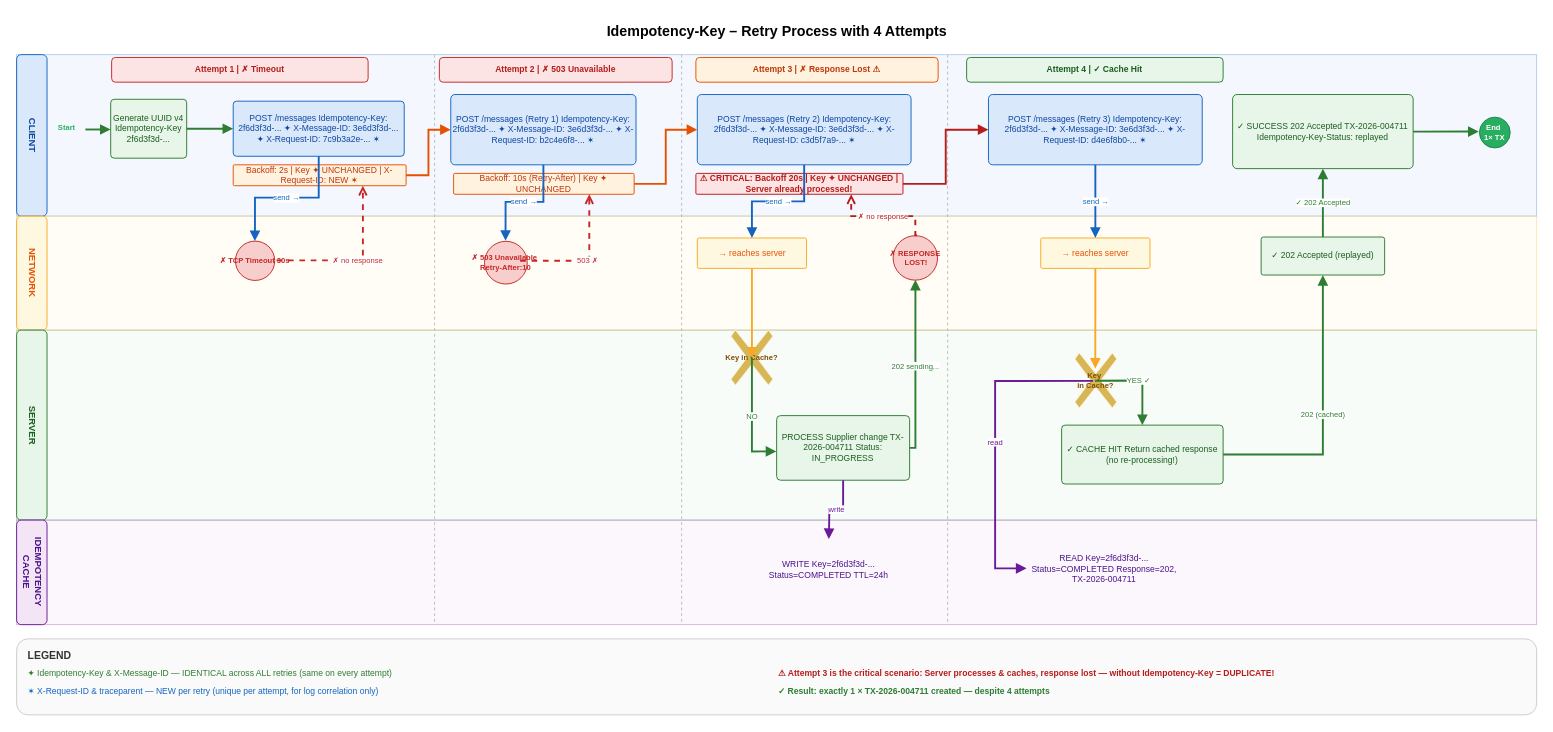
Earlier version of the draw.io diagram page "Retry Process" (1 of 2) of docs/usage/Idempotency_Key_Process_Flow.drawio (edgar-jung-test/gpke). Source tidied: cells renumbered, new cells numbered last; positions are measured from the earlier drawing's top-left corner, leaving out a move shared by most shapes. Both pictures are drawn from the tidied source at 95%, with x=0, y=0 at pixel (16, 16).
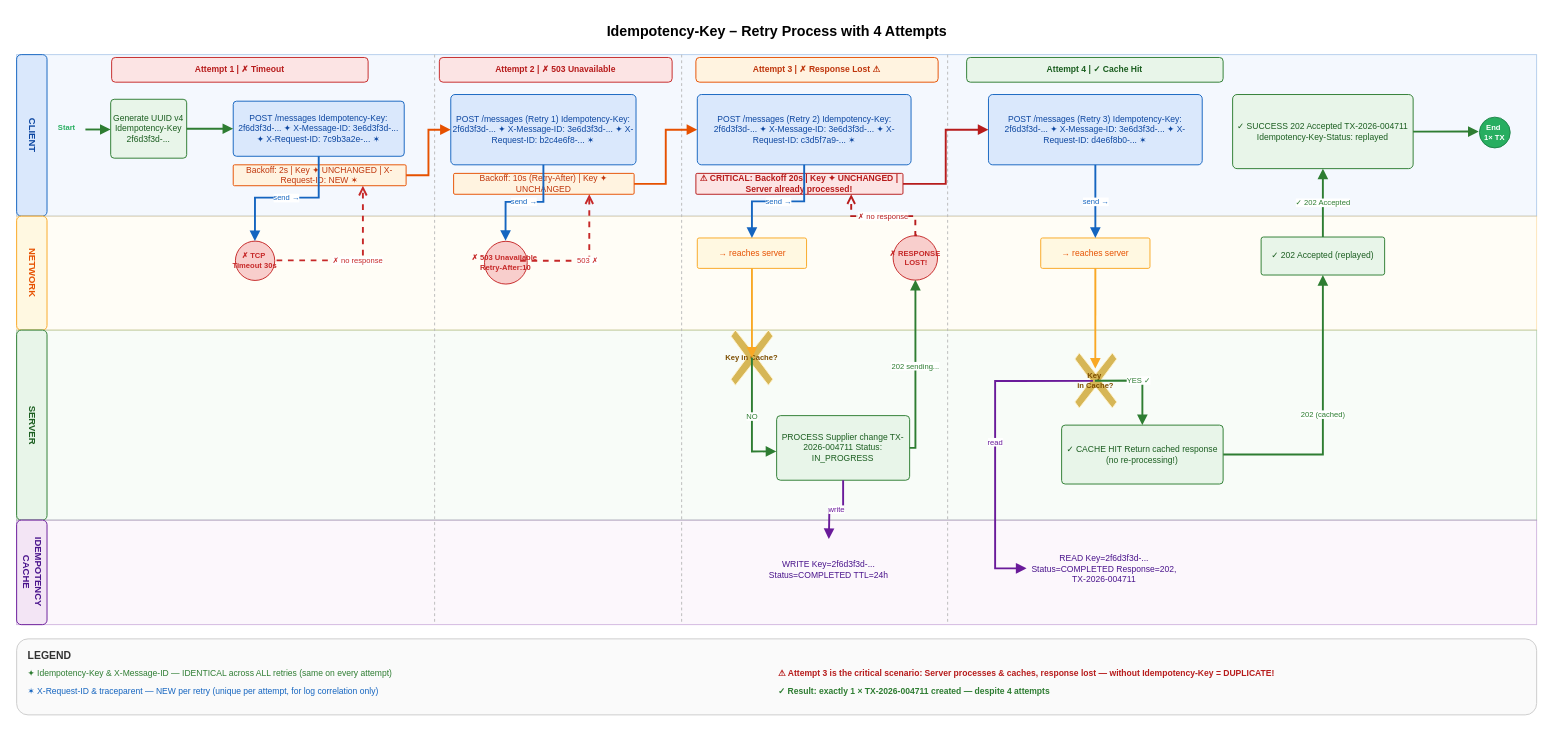
After the change.

The edit, as a diff of the source:
```diff
@@
-    <mxCell id="23" value="✗ TCP Timeout 30s" style="shape=mxgraph.bpmn.shape;perimeter=mxPerimeter.ellipsePerimeter;symbol=terminate;fillColor=#f8cecc;strokeColor=#c62828;fontColor=#c62828;fontSize=8;fontStyle=1;" parent="1" vertex="1">
+    <mxCell id="23" value="✗ TCP &#10;Timeout 30s" style="shape=mxgraph.bpmn.shape;perimeter=mxPerimeter.ellipsePerimeter;symbol=terminate;fillColor=#f8cecc;strokeColor=#c62828;fontColor=#c62828;fontSize=8;fontStyle=1;" parent="1" vertex="1">
       <mxGeometry x="228" y="234" width="46" height="46" as="geometry" />
     </mxCell>
```
